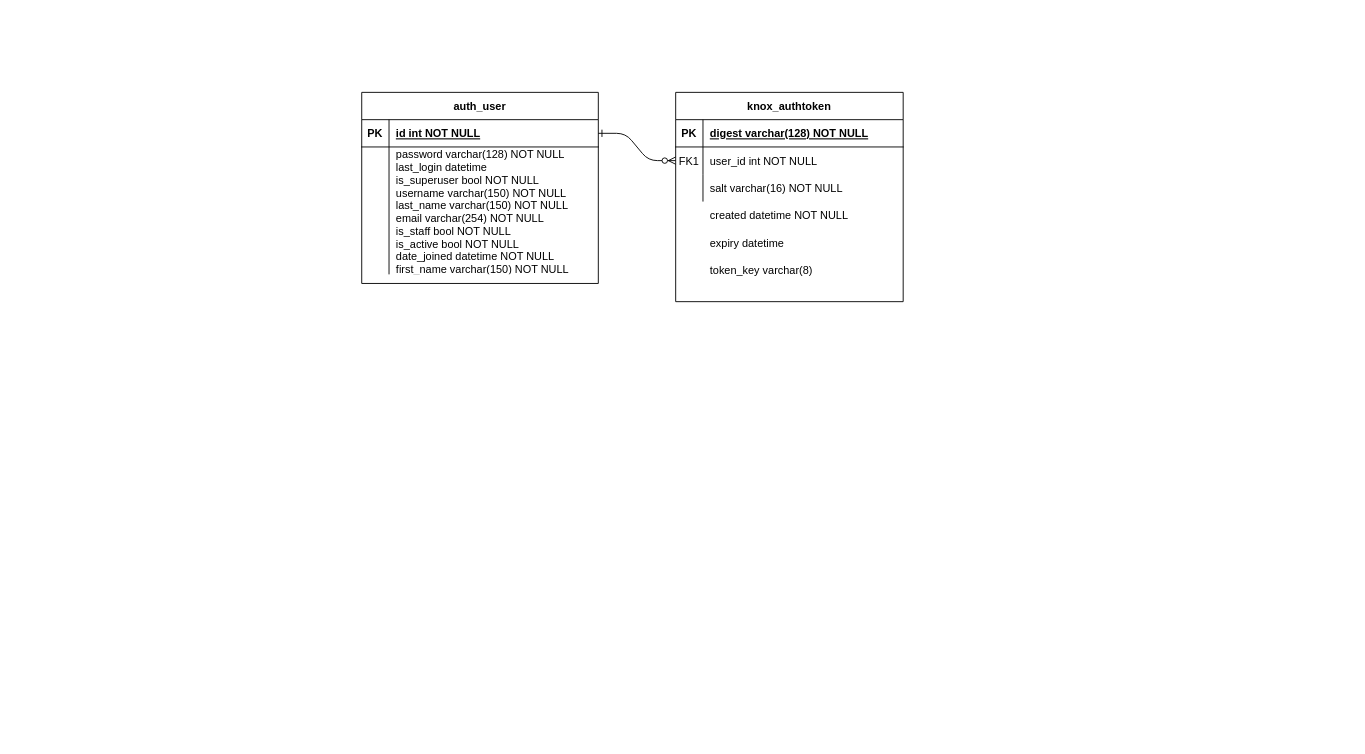
This is ER Diagram.drawio from MarkyMan4/capstone-planning, a draw.io file, before an edit. Source tidied: cells renumbered, new cells numbered last; positions are measured from the earlier drawing's top-left corner, leaving out a move shared by most shapes. Both pictures are drawn from the tidied source at 91%, with x=0, y=0 at pixel (361, 92).
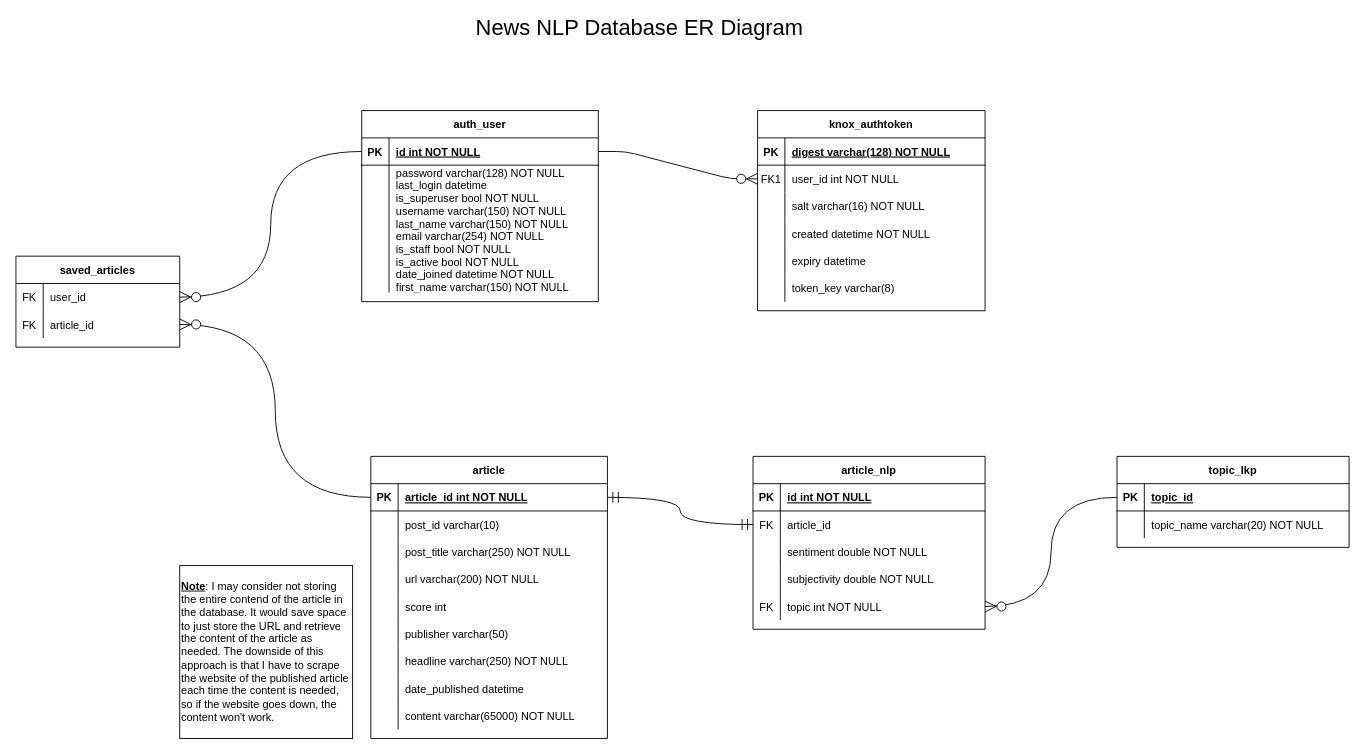
Above is the later version.

The change refers to these unchanged cells:
```xml
<mxCell id="7" style="shape=partialRectangle;fillColor=none;points=[[0,0.5],[1,0.5]];portConstraint=eastwest;top=0;left=0;right=0;bottom=0;" parent="3" vertex="1">
  <mxGeometry y="60" width="250" height="30" as="geometry" />
</mxCell>
<mxCell id="14" style="shape=partialRectangle;fillColor=none;points=[[0,0.5],[1,0.5]];portConstraint=eastwest;top=0;left=0;right=0;bottom=1;" parent="13" vertex="1">
  <mxGeometry y="30" width="260" height="30" as="geometry" />
</mxCell>
```

What changed in the source:
```diff
@@
-    <mxCell id="2" style="edgeStyle=entityRelationEdgeStyle;endArrow=ERzeroToMany;startArrow=ERone;endFill=1;startFill=0;" parent="1" edge="1" source="14" target="7">
+    <mxCell id="2" style="edgeStyle=entityRelationEdgeStyle;endArrow=ERzeroToMany;startArrow=none;endFill=1;startFill=0;endSize=10;" parent="1" edge="1" source="14" target="7">
       <mxGeometry relative="1" as="geometry" />
     </mxCell>
     <mxCell id="3" value="knox_authtoken" style="shape=table;startSize=30;childLayout=tableLayout;rowLines=0;fontStyle=1;align=center;" parent="1" vertex="1">
-      <mxGeometry x="345" width="250" height="230" as="geometry" />
+      <mxGeometry x="435" y="20" width="250" height="220" as="geometry" />
     </mxCell>
@@
+    <mxCell id="23" style="shape=partialRectangle;fillColor=none;top=0;left=0;right=0;bottom=0;" parent="3" vertex="1">
+      <mxGeometry y="120" width="250" height="30" as="geometry" />
+    </mxCell>
+    <mxCell id="24" style="shape=partialRectangle;overflow=hidden;fillColor=none;top=0;left=0;bottom=0;right=0;" parent="23" vertex="1">
+      <mxGeometry width="30" height="30" as="geometry" />
+    </mxCell>
+    <mxCell id="20" value="created datetime NOT NULL" style="shape=partialRectangle;overflow=hidden;fillColor=none;top=0;left=0;bottom=0;right=0;align=left;spacingLeft=6;" parent="23" vertex="1">
+      <mxGeometry x="30" width="220" height="30" as="geometry" />
+    </mxCell>
+    <mxCell id="25" style="shape=partialRectangle;fillColor=none;top=0;left=0;right=0;bottom=0;" parent="3" vertex="1">
+      <mxGeometry y="150" width="250" height="30" as="geometry" />
+    </mxCell>
+    <mxCell id="26" style="shape=partialRectangle;overflow=hidden;fillColor=none;top=0;left=0;bottom=0;right=0;" parent="25" vertex="1">
+      <mxGeometry width="30" height="30" as="geometry" />
+    </mxCell>
+    <mxCell id="21" value="expiry datetime" style="shape=partialRectangle;overflow=hidden;fillColor=none;top=0;left=0;bottom=0;right=0;align=left;spacingLeft=6;" parent="25" vertex="1">
+      <mxGeometry x="30" width="220" height="30" as="geometry" />
+    </mxCell>
+    <mxCell id="27" style="shape=partialRectangle;fillColor=none;top=0;left=0;right=0;bottom=0;" parent="3" vertex="1">
+      <mxGeometry y="180" width="250" height="30" as="geometry" />
+    </mxCell>
+    <mxCell id="28" style="shape=partialRectangle;overflow=hidden;fillColor=none;top=0;left=0;bottom=0;right=0;" parent="27" vertex="1">
+      <mxGeometry width="30" height="30" as="geometry" />
+    </mxCell>
+    <mxCell id="22" value="token_key varchar(8)" style="shape=partialRectangle;overflow=hidden;fillColor=none;top=0;left=0;bottom=0;right=0;align=left;spacingLeft=6;" parent="27" vertex="1">
+      <mxGeometry x="30" width="220" height="30" as="geometry" />
+    </mxCell>
+    <mxCell id="29" style="edgeStyle=orthogonalEdgeStyle;rounded=0;jettySize=auto;html=1;exitX=0;exitY=0.5;exitDx=0;exitDy=0;entryX=1;entryY=0.5;entryDx=0;entryDy=0;startArrow=none;startFill=0;endArrow=ERzeroToMany;endFill=1;endSize=10;curved=1;" parent="1" edge="1" source="14" target="76">
+      <mxGeometry relative="1" as="geometry" />
+    </mxCell>
     <mxCell id="13" value="auth_user" style="shape=table;startSize=30;childLayout=tableLayout;rowLines=0;fontStyle=1;align=center;" parent="1" vertex="1">
-      <mxGeometry width="260" height="210" as="geometry" />
+      <mxGeometry y="20" width="260" height="210" as="geometry" />
     </mxCell>
@@
-    <mxCell id="20" value="created datetime NOT NULL" style="shape=partialRectangle;overflow=hidden;fillColor=none;top=0;left=0;bottom=0;right=0;align=left;spacingLeft=6;" parent="1" vertex="1">
-      <mxGeometry x="375" y="120" width="220" height="30" as="geometry" />
-    </mxCell>
-    <mxCell id="21" value="expiry datetime" style="shape=partialRectangle;overflow=hidden;fillColor=none;top=0;left=0;bottom=0;right=0;align=left;spacingLeft=6;" parent="1" vertex="1">
-      <mxGeometry x="375" y="150" width="220" height="30" as="geometry" />
-    </mxCell>
-    <mxCell id="22" value="token_key varchar(8)" style="shape=partialRectangle;overflow=hidden;fillColor=none;top=0;left=0;bottom=0;right=0;align=left;spacingLeft=6;" parent="1" vertex="1">
-      <mxGeometry x="375" y="180" width="220" height="30" as="geometry" />
-    </mxCell>
+    <mxCell id="30" style="edgeStyle=orthogonalEdgeStyle;rounded=0;jettySize=auto;html=1;exitX=0;exitY=0.5;exitDx=0;exitDy=0;entryX=1;entryY=0.5;entryDx=0;entryDy=0;startArrow=none;startFill=0;endArrow=ERzeroToMany;endFill=1;endSize=10;curved=1;" parent="1" edge="1" source="32" target="79">
+      <mxGeometry relative="1" as="geometry" />
+    </mxCell>
+    <mxCell id="31" value="article" style="shape=table;startSize=30;childLayout=tableLayout;rowLines=0;fontStyle=1;align=center;" parent="1" vertex="1">
+      <mxGeometry x="10" y="400" width="260" height="310" as="geometry" />
+    </mxCell>
+    <mxCell id="32" style="shape=partialRectangle;fillColor=none;top=0;left=0;bottom=1;right=0;points=[[0,0.5],[1,0.5]];portConstraint=eastwest;" parent="31" vertex="1">
+      <mxGeometry y="30" width="260" height="30" as="geometry" />
+    </mxCell>
+    <mxCell id="33" value="PK" style="shape=partialRectangle;fillColor=none;top=0;left=0;bottom=0;right=0;fontStyle=1;overflow=hidden;" parent="32" vertex="1">
+      <mxGeometry width="30" height="30" as="geometry" />
+    </mxCell>
+    <mxCell id="34" value="article_id int NOT NULL" style="shape=partialRectangle;fillColor=none;top=0;left=0;bottom=0;right=0;align=left;spacingLeft=6;fontStyle=5;overflow=hidden;" parent="32" vertex="1">
+      <mxGeometry x="30" width="230" height="30" as="geometry" />
+    </mxCell>
+    <mxCell id="35" style="shape=partialRectangle;fillColor=none;top=0;left=0;bottom=0;right=0;" parent="31" vertex="1">
+      <mxGeometry y="60" width="260" height="30" as="geometry" />
+    </mxCell>
+    <mxCell id="36" style="shape=partialRectangle;fillColor=none;top=0;left=0;bottom=0;right=0;overflow=hidden;" parent="35" vertex="1">
+      <mxGeometry width="30" height="30" as="geometry" />
+    </mxCell>
+    <mxCell id="37" value="post_id varchar(10)" style="shape=partialRectangle;fillColor=none;top=0;left=0;bottom=0;right=0;align=left;spacingLeft=6;overflow=hidden;" parent="35" vertex="1">
+      <mxGeometry x="30" width="230" height="30" as="geometry" />
+    </mxCell>
+    <mxCell id="38" style="shape=partialRectangle;fillColor=none;top=0;left=0;bottom=0;right=0;" parent="31" vertex="1">
+      <mxGeometry y="90" width="260" height="30" as="geometry" />
+    </mxCell>
+    <mxCell id="39" style="shape=partialRectangle;fillColor=none;top=0;left=0;bottom=0;right=0;overflow=hidden;" parent="38" vertex="1">
+      <mxGeometry width="30" height="30" as="geometry" />
+    </mxCell>
+    <mxCell id="40" value="post_title varchar(250) NOT NULL" style="shape=partialRectangle;fillColor=none;top=0;left=0;bottom=0;right=0;align=left;spacingLeft=6;overflow=hidden;" parent="38" vertex="1">
+      <mxGeometry x="30" width="230" height="30" as="geometry" />
+    </mxCell>
+    <mxCell id="41" style="shape=partialRectangle;fillColor=none;top=0;left=0;bottom=0;right=0;" parent="31" vertex="1">
+      <mxGeometry y="120" width="260" height="30" as="geometry" />
+    </mxCell>
+    <mxCell id="42" style="shape=partialRectangle;fillColor=none;top=0;left=0;bottom=0;right=0;overflow=hidden;" parent="41" vertex="1">
+      <mxGeometry width="30" height="30" as="geometry" />
+    </mxCell>
+    <mxCell id="43" value="url varchar(200) NOT NULL" style="shape=partialRectangle;fillColor=none;top=0;left=0;bottom=0;right=0;align=left;spacingLeft=6;overflow=hidden;" parent="41" vertex="1">
+      <mxGeometry x="30" width="230" height="30" as="geometry" />
+    </mxCell>
+    <mxCell id="44" style="shape=partialRectangle;fillColor=none;top=0;left=0;bottom=0;right=0;" parent="31" vertex="1">
+      <mxGeometry y="150" width="260" height="30" as="geometry" />
+    </mxCell>
+    <mxCell id="45" style="shape=partialRectangle;fillColor=none;top=0;left=0;bottom=0;right=0;overflow=hidden;" parent="44" vertex="1">
+      <mxGeometry width="30" height="30" as="geometry" />
+    </mxCell>
+    <mxCell id="46" value="score int" style="shape=partialRectangle;fillColor=none;top=0;left=0;bottom=0;right=0;align=left;spacingLeft=6;overflow=hidden;" parent="44" vertex="1">
+      <mxGeometry x="30" width="230" height="30" as="geometry" />
+    </mxCell>
+    <mxCell id="47" style="shape=partialRectangle;fillColor=none;top=0;left=0;bottom=0;right=0;" parent="31" vertex="1">
+      <mxGeometry y="180" width="260" height="30" as="geometry" />
+    </mxCell>
+    <mxCell id="48" style="shape=partialRectangle;fillColor=none;top=0;left=0;bottom=0;right=0;overflow=hidden;" parent="47" vertex="1">
+      <mxGeometry width="30" height="30" as="geometry" />
+    </mxCell>
+    <mxCell id="49" value="publisher varchar(50)" style="shape=partialRectangle;fillColor=none;top=0;left=0;bottom=0;right=0;align=left;spacingLeft=6;overflow=hidden;" parent="47" vertex="1">
+      <mxGeometry x="30" width="230" height="30" as="geometry" />
+    </mxCell>
+    <mxCell id="50" style="shape=partialRectangle;fillColor=none;top=0;left=0;bottom=0;right=0;" parent="31" vertex="1">
+      <mxGeometry y="210" width="260" height="30" as="geometry" />
+    </mxCell>
+    <mxCell id="51" style="shape=partialRectangle;fillColor=none;top=0;left=0;bottom=0;right=0;overflow=hidden;" parent="50" vertex="1">
+      <mxGeometry width="30" height="30" as="geometry" />
+    </mxCell>
+    <mxCell id="52" value="headline varchar(250) NOT NULL" style="shape=partialRectangle;fillColor=none;top=0;left=0;bottom=0;right=0;align=left;spacingLeft=6;overflow=hidden;" parent="50" vertex="1">
+      <mxGeometry x="30" width="230" height="30" as="geometry" />
+    </mxCell>
+    <mxCell id="53" style="shape=partialRectangle;fillColor=none;top=0;left=0;bottom=0;right=0;" parent="31" vertex="1">
+      <mxGeometry y="240" width="260" height="30" as="geometry" />
+    </mxCell>
+    <mxCell id="54" style="shape=partialRectangle;fillColor=none;top=0;left=0;bottom=0;right=0;overflow=hidden;" parent="53" vertex="1">
+      <mxGeometry width="30" height="30" as="geometry" />
+    </mxCell>
+    <mxCell id="55" value="date_published datetime" style="shape=partialRectangle;fillColor=none;top=0;left=0;bottom=0;right=0;align=left;spacingLeft=6;overflow=hidden;" parent="53" vertex="1">
+      <mxGeometry x="30" width="230" height="30" as="geometry" />
+    </mxCell>
+    <mxCell id="56" style="shape=partialRectangle;fillColor=none;top=0;left=0;bottom=0;right=0;" parent="31" vertex="1">
+      <mxGeometry y="270" width="260" height="30" as="geometry" />
+    </mxCell>
+    <mxCell id="57" style="shape=partialRectangle;fillColor=none;top=0;left=0;bottom=0;right=0;overflow=hidden;" parent="56" vertex="1">
+      <mxGeometry width="30" height="30" as="geometry" />
+    </mxCell>
+    <mxCell id="58" value="content varchar(65000) NOT NULL" style="shape=partialRectangle;fillColor=none;top=0;left=0;bottom=0;right=0;align=left;spacingLeft=6;overflow=hidden;" parent="56" vertex="1">
+      <mxGeometry x="30" width="230" height="30" as="geometry" />
+    </mxCell>
+    <mxCell id="59" value="article_nlp" style="shape=table;startSize=30;childLayout=tableLayout;rowLines=0;fontStyle=1;align=center;" parent="1" vertex="1">
+      <mxGeometry x="430" y="400" width="255" height="190" as="geometry" />
+    </mxCell>
+    <mxCell id="60" style="shape=partialRectangle;fillColor=none;top=0;left=0;bottom=1;right=0;" parent="59" vertex="1">
+      <mxGeometry y="30" width="255" height="30" as="geometry" />
+    </mxCell>
+    <mxCell id="61" value="PK" style="shape=partialRectangle;fillColor=none;top=0;left=0;bottom=0;right=0;fontStyle=1;overflow=hidden;" parent="60" vertex="1">
+      <mxGeometry width="30" height="30" as="geometry" />
+    </mxCell>
+    <mxCell id="62" value="id int NOT NULL" style="shape=partialRectangle;fillColor=none;top=0;left=0;bottom=0;right=0;align=left;spacingLeft=6;fontStyle=5;overflow=hidden;" parent="60" vertex="1">
+      <mxGeometry x="30" width="225" height="30" as="geometry" />
+    </mxCell>
+    <mxCell id="63" style="shape=partialRectangle;fillColor=none;top=0;left=0;bottom=0;right=0;points=[[0,0.5],[1,0.5]];portConstraint=eastwest;" parent="59" vertex="1">
+      <mxGeometry y="60" width="255" height="30" as="geometry" />
+    </mxCell>
+    <mxCell id="64" value="FK" style="shape=partialRectangle;fillColor=none;top=0;left=0;bottom=0;right=0;overflow=hidden;" parent="63" vertex="1">
+      <mxGeometry width="30" height="30" as="geometry" />
+    </mxCell>
+    <mxCell id="65" value="article_id" style="shape=partialRectangle;fillColor=none;top=0;left=0;bottom=0;right=0;align=left;spacingLeft=6;overflow=hidden;" parent="63" vertex="1">
+      <mxGeometry x="30" width="225" height="30" as="geometry" />
+    </mxCell>
+    <mxCell id="66" style="shape=partialRectangle;fillColor=none;top=0;left=0;bottom=0;right=0;" parent="59" vertex="1">
+      <mxGeometry y="90" width="255" height="30" as="geometry" />
+    </mxCell>
+    <mxCell id="67" style="shape=partialRectangle;fillColor=none;top=0;left=0;bottom=0;right=0;overflow=hidden;" parent="66" vertex="1">
+      <mxGeometry width="30" height="30" as="geometry" />
+    </mxCell>
+    <mxCell id="68" value="sentiment double NOT NULL" style="shape=partialRectangle;fillColor=none;top=0;left=0;bottom=0;right=0;align=left;spacingLeft=6;overflow=hidden;" parent="66" vertex="1">
+      <mxGeometry x="30" width="225" height="30" as="geometry" />
+    </mxCell>
+    <mxCell id="69" style="shape=partialRectangle;fillColor=none;top=0;left=0;bottom=0;right=0;" parent="59" vertex="1">
+      <mxGeometry y="120" width="255" height="30" as="geometry" />
+    </mxCell>
+    <mxCell id="70" style="shape=partialRectangle;fillColor=none;top=0;left=0;bottom=0;right=0;overflow=hidden;" parent="69" vertex="1">
+      <mxGeometry width="30" height="30" as="geometry" />
+    </mxCell>
+    <mxCell id="71" value="subjectivity double NOT NULL" style="shape=partialRectangle;fillColor=none;top=0;left=0;bottom=0;right=0;align=left;spacingLeft=6;overflow=hidden;" parent="69" vertex="1">
+      <mxGeometry x="30" width="225" height="30" as="geometry" />
+    </mxCell>
+    <mxCell id="72" style="shape=partialRectangle;fillColor=none;top=0;left=0;bottom=0;right=0;points=[[0,0.5],[1,0.5]];portConstraint=eastwest;" parent="59" vertex="1">
+      <mxGeometry y="150" width="255" height="30" as="geometry" />
+    </mxCell>
+    <mxCell id="73" value="FK" style="shape=partialRectangle;fillColor=none;top=0;left=0;bottom=0;right=0;overflow=hidden;" parent="72" vertex="1">
+      <mxGeometry width="30" height="30" as="geometry" />
+    </mxCell>
+    <mxCell id="74" value="topic int NOT NULL" style="shape=partialRectangle;fillColor=none;top=0;left=0;bottom=0;right=0;align=left;spacingLeft=6;overflow=hidden;" parent="72" vertex="1">
+      <mxGeometry x="30" width="225" height="30" as="geometry" />
+    </mxCell>
+    <mxCell id="75" value="saved_articles" style="shape=table;startSize=30;childLayout=tableLayout;rowLines=0;fontStyle=1;align=center;" parent="1" vertex="1">
+      <mxGeometry x="-380" y="180" width="180" height="100" as="geometry" />
+    </mxCell>
+    <mxCell id="76" style="shape=partialRectangle;fillColor=none;top=0;left=0;bottom=0;right=0;points=[[0,0.5],[1,0.5]];portConstraint=eastwest;" parent="75" vertex="1">
+      <mxGeometry y="30" width="180" height="30" as="geometry" />
+    </mxCell>
+    <mxCell id="77" value="FK" style="shape=partialRectangle;fillColor=none;top=0;left=0;bottom=0;right=0;overflow=hidden;" parent="76" vertex="1">
+      <mxGeometry width="30" height="30" as="geometry" />
+    </mxCell>
+    <mxCell id="78" value="user_id" style="shape=partialRectangle;fillColor=none;top=0;left=0;bottom=0;right=0;align=left;spacingLeft=6;overflow=hidden;" parent="76" vertex="1">
+      <mxGeometry x="30" width="150" height="30" as="geometry" />
+    </mxCell>
+    <mxCell id="79" style="shape=partialRectangle;fillColor=none;top=0;left=0;bottom=0;right=0;points=[[0,0.5],[1,0.5]];portConstraint=eastwest;" parent="75" vertex="1">
+      <mxGeometry y="60" width="180" height="30" as="geometry" />
+    </mxCell>
+    <mxCell id="80" value="FK" style="shape=partialRectangle;fillColor=none;top=0;left=0;bottom=0;right=0;overflow=hidden;" parent="79" vertex="1">
+      <mxGeometry width="30" height="30" as="geometry" />
+    </mxCell>
+    <mxCell id="81" value="article_id" style="shape=partialRectangle;fillColor=none;top=0;left=0;bottom=0;right=0;align=left;spacingLeft=6;overflow=hidden;" parent="79" vertex="1">
+      <mxGeometry x="30" width="150" height="30" as="geometry" />
+    </mxCell>
+    <mxCell id="82" style="edgeStyle=orthogonalEdgeStyle;curved=1;rounded=0;jettySize=auto;html=1;exitX=1;exitY=0.5;exitDx=0;exitDy=0;entryX=0;entryY=0.5;entryDx=0;entryDy=0;startArrow=ERmandOne;startFill=0;endArrow=ERmandOne;endFill=0;endSize=10;startSize=10;" parent="1" edge="1" source="32" target="63">
+      <mxGeometry relative="1" as="geometry" />
+    </mxCell>
+    <mxCell id="83" value="topic_lkp" style="shape=table;startSize=30;childLayout=tableLayout;rowLines=0;fontStyle=1;align=center;" parent="1" vertex="1">
+      <mxGeometry x="830" y="400" width="255" height="100" as="geometry" />
+    </mxCell>
+    <mxCell id="84" style="shape=partialRectangle;fillColor=none;top=0;left=0;bottom=1;right=0;points=[[0,0.5],[1,0.5]];portConstraint=eastwest;" parent="83" vertex="1">
+      <mxGeometry y="30" width="255" height="30" as="geometry" />
+    </mxCell>
+    <mxCell id="85" value="PK" style="shape=partialRectangle;fillColor=none;top=0;left=0;bottom=0;right=0;fontStyle=1;overflow=hidden;" parent="84" vertex="1">
+      <mxGeometry width="30" height="30" as="geometry" />
+    </mxCell>
+    <mxCell id="86" value="topic_id" style="shape=partialRectangle;fillColor=none;top=0;left=0;bottom=0;right=0;align=left;spacingLeft=6;fontStyle=5;overflow=hidden;" parent="84" vertex="1">
+      <mxGeometry x="30" width="225" height="30" as="geometry" />
+    </mxCell>
+    <mxCell id="87" style="shape=partialRectangle;fillColor=none;top=0;left=0;bottom=0;right=0;" parent="83" vertex="1">
+      <mxGeometry y="60" width="255" height="30" as="geometry" />
+    </mxCell>
+    <mxCell id="88" style="shape=partialRectangle;fillColor=none;top=0;left=0;bottom=0;right=0;overflow=hidden;" parent="87" vertex="1">
+      <mxGeometry width="30" height="30" as="geometry" />
+    </mxCell>
+    <mxCell id="89" value="topic_name varchar(20) NOT NULL" style="shape=partialRectangle;fillColor=none;top=0;left=0;bottom=0;right=0;align=left;spacingLeft=6;overflow=hidden;" parent="87" vertex="1">
+      <mxGeometry x="30" width="225" height="30" as="geometry" />
+    </mxCell>
+    <mxCell id="90" style="edgeStyle=orthogonalEdgeStyle;curved=1;rounded=0;jettySize=auto;html=1;exitX=0;exitY=0.5;exitDx=0;exitDy=0;entryX=1;entryY=0.5;entryDx=0;entryDy=0;startArrow=none;startFill=0;startSize=10;endArrow=ERzeroToMany;endFill=1;endSize=10;" parent="1" edge="1" source="84" target="72">
+      <mxGeometry relative="1" as="geometry" />
+    </mxCell>
+    <mxCell id="91" value="&lt;font style=&quot;font-size: 24px&quot;&gt;News NLP Database ER Diagram&lt;/font&gt;" style="text;html=1;align=center;verticalAlign=middle;" parent="1" vertex="1">
+      <mxGeometry x="115" y="-80" width="380" height="20" as="geometry" />
+    </mxCell>
+    <mxCell id="92" value="&lt;b&gt;&lt;u&gt;Note&lt;/u&gt;&lt;/b&gt;: I may consider not storing the entire contend of the article in the database. It would save space to just store the URL and retrieve the content of the article as needed. The downside of this approach is that I have to scrape the website of the published article each time the content is needed, so if the website goes down, the content won't work." style="rounded=0;whiteSpace=wrap;html=1;align=left;" parent="1" vertex="1">
+      <mxGeometry x="-200" y="520" width="190" height="190" as="geometry" />
+    </mxCell>
```
